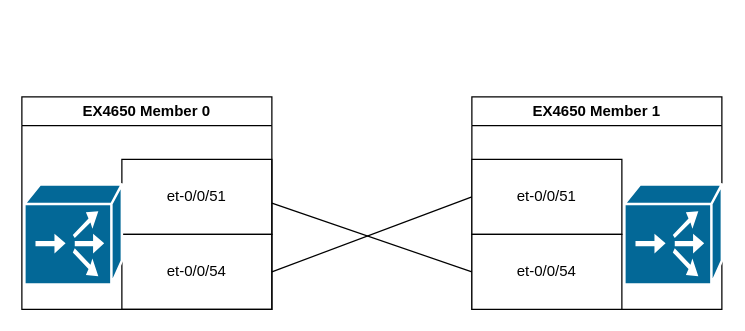
This is Spine_Failure.drawio from adamrt918/Diagram, a draw.io file, before an edit. Source tidied: cells renumbered, new cells numbered last; positions are measured from the earlier drawing's top-left corner, leaving out a move shared by most shapes. Both pictures are drawn from the tidied source at 125%, with x=0, y=0 at pixel (21, 96).
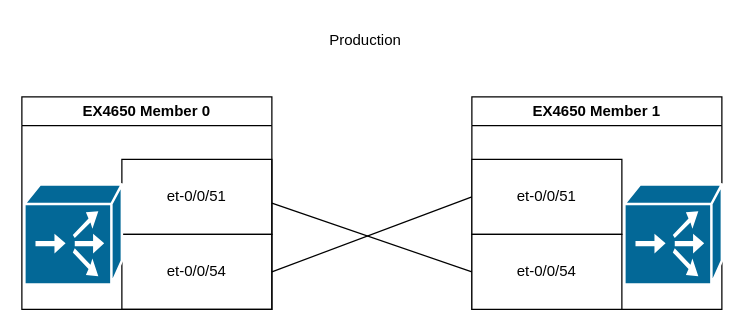
The same page after the edit.

The edit, as a diff of the source:
```diff
@@
 <mxGraphModel>
   <root>
     <mxCell id="0" />
     <mxCell id="1" parent="0" />
     <mxCell id="2" value="et-0/0/51" style="rounded=0;whiteSpace=wrap;html=1;" parent="1" vertex="1">
       <mxGeometry x="80" y="50" width="120" height="60" as="geometry" />
     </mxCell>
     <mxCell id="3" value="et-0/0/54" style="rounded=0;whiteSpace=wrap;html=1;" parent="1" vertex="1">
       <mxGeometry x="80" y="110" width="120" height="60" as="geometry" />
     </mxCell>
     <mxCell id="4" style="shape=mxgraph.cisco.directors.localdirector;sketch=0;html=1;dashed=0;fillColor=#036897;strokeColor=#ffffff;strokeWidth=2;verticalLabelPosition=bottom;verticalAlign=top;align=center;" parent="1" vertex="1">
       <mxGeometry x="2" y="70" width="78" height="80" as="geometry" />
     </mxCell>
     <mxCell id="5" value="EX4650 Member 0" style="swimlane;whiteSpace=wrap;html=1;" parent="1" vertex="1">
       <mxGeometry width="200" height="170" as="geometry" />
     </mxCell>
     <mxCell id="6" value="EX4650 Member 1" style="swimlane;whiteSpace=wrap;html=1;flipH=0;flipV=0;" parent="1" vertex="1">
       <mxGeometry x="360" width="200" height="170" as="geometry" />
     </mxCell>
     <mxCell id="7" style="shape=mxgraph.cisco.directors.localdirector;sketch=0;html=1;dashed=0;fillColor=#036897;strokeColor=#ffffff;strokeWidth=2;verticalLabelPosition=bottom;verticalAlign=top;align=center;" parent="6" vertex="1">
       <mxGeometry x="122" y="70" width="78" height="80" as="geometry" />
     </mxCell>
     <mxCell id="8" value="et-0/0/51" style="rounded=0;whiteSpace=wrap;html=1;" parent="6" vertex="1">
       <mxGeometry y="50" width="120" height="60" as="geometry" />
     </mxCell>
     <mxCell id="9" value="et-0/0/54" style="rounded=0;whiteSpace=wrap;html=1;" parent="6" vertex="1">
       <mxGeometry y="110" width="120" height="60" as="geometry" />
     </mxCell>
     <mxCell id="10" style="endArrow=none;html=1;rounded=0;entryX=0;entryY=0.5;entryDx=0;entryDy=0;exitX=1;exitY=0.5;exitDx=0;exitDy=0;" parent="1" edge="1" source="3" target="8">
       <mxGeometry relative="1" as="geometry" />
     </mxCell>
     <mxCell id="11" style="endArrow=none;html=1;rounded=0;entryX=0;entryY=0.5;entryDx=0;entryDy=0;exitX=1;exitY=0.5;exitDx=0;exitDy=0;" parent="1" edge="1" source="5" target="9">
       <mxGeometry relative="1" as="geometry" />
     </mxCell>
+    <mxCell id="12" value="Production" style="text;html=1;whiteSpace=wrap;strokeColor=none;fillColor=none;align=center;verticalAlign=middle;rounded=0;" parent="1" vertex="1">
+      <mxGeometry x="245" y="-60" width="60" height="30" as="geometry" />
+    </mxCell>
   </root>
 </mxGraphModel>
```
